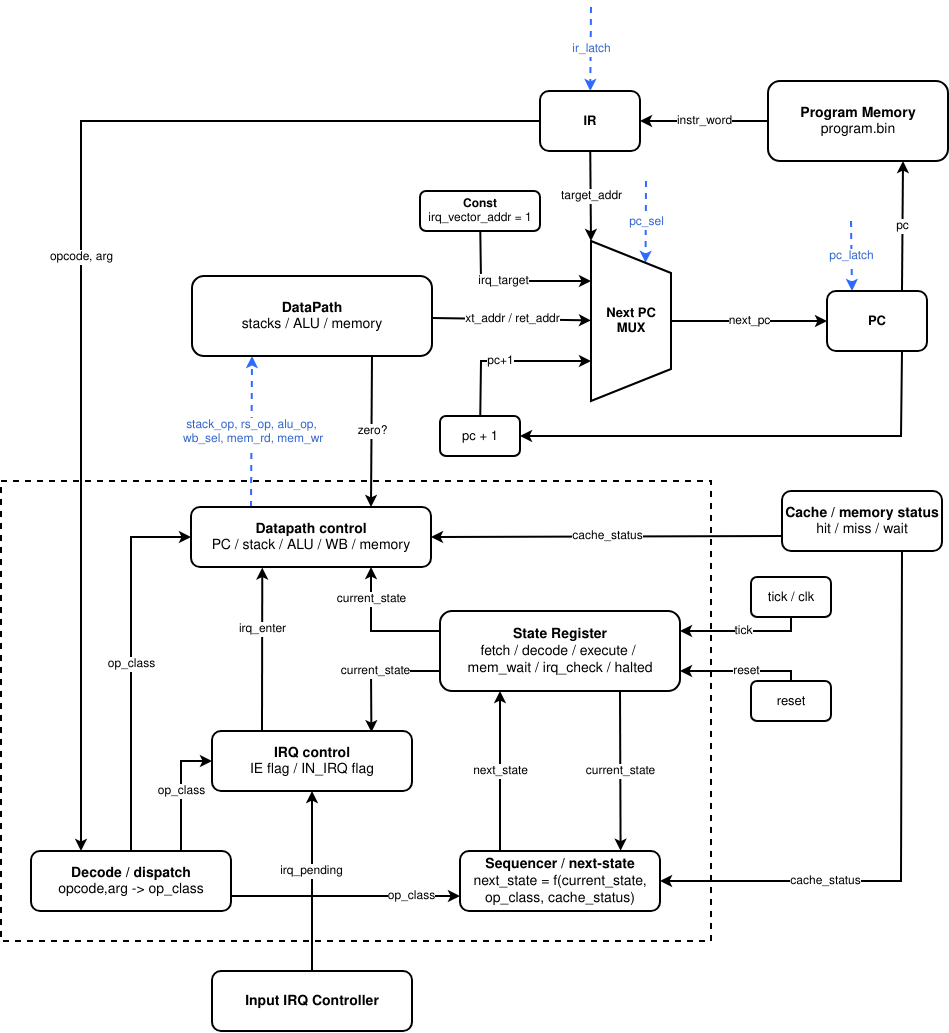
The draw.io diagram fig/control_unit.png in barmichevg/csa-lab4, before a commit. Source tidied: cells renumbered, new cells last; positions are measured from the earlier drawing's top-left corner, leaving out a move shared by most shapes.
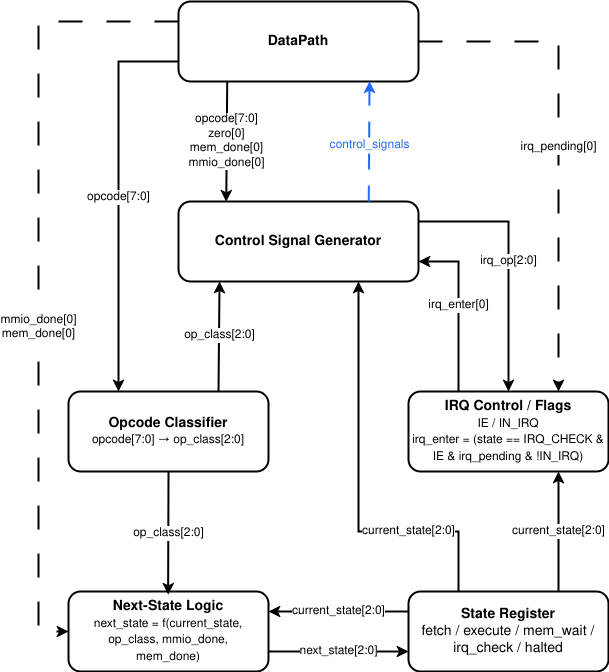
The same diagram one commit later.

The edit, as a diff of the source:
```diff
@@ -2,187 +2,88 @@
   <root>
     <mxCell id="0" />
     <mxCell id="1" parent="0" />
-    <mxCell id="2" style="rounded=0;whiteSpace=wrap;html=1;fillColor=none;dashed=1;strokeWidth=2;" parent="1" vertex="1">
-      <mxGeometry y="474" width="710" height="460" as="geometry" />
-    </mxCell>
-    <mxCell id="3" value="next_pc" style="endArrow=classic;html=1;rounded=0;strokeWidth=2;fontSize=12;" parent="1" edge="1" source="35" target="32">
-      <mxGeometry relative="1" as="geometry" />
-    </mxCell>
-    <mxCell id="4" value="pc" style="endArrow=classic;html=1;rounded=0;strokeWidth=2;fontSize=12;exitX=0.75;exitY=0;exitDx=0;exitDy=0;entryX=0.75;entryY=1;entryDx=0;entryDy=0;" parent="1" edge="1" source="32" target="34">
-      <mxGeometry relative="1" as="geometry" />
-    </mxCell>
-    <mxCell id="5" value="instr_word" style="endArrow=classic;html=1;rounded=0;strokeWidth=2;fontSize=12;" parent="1" edge="1" source="34" target="33">
-      <mxGeometry relative="1" as="geometry" />
-    </mxCell>
-    <mxCell id="6" value="opcode, arg" style="endArrow=classic;html=1;rounded=0;strokeWidth=2;fontSize=12;entryX=0.25;entryY=0;entryDx=0;entryDy=0;" parent="1" edge="1" source="33" target="41">
-      <mxGeometry relative="1" as="geometry">
-        <Array as="points">
-          <mxPoint x="80" y="114" />
-        </Array>
-      </mxGeometry>
-    </mxCell>
-    <mxCell id="7" style="endArrow=classic;html=1;rounded=0;strokeWidth=2;fontSize=12;exitX=0.75;exitY=1;exitDx=0;exitDy=0;" parent="1" edge="1" source="32" target="31">
-      <mxGeometry relative="1" as="geometry">
-        <Array as="points">
-          <mxPoint x="900" y="429" />
-        </Array>
-      </mxGeometry>
-    </mxCell>
-    <mxCell id="8" value="pc+1" style="endArrow=classic;html=1;rounded=0;strokeWidth=2;fontSize=12;entryX=0.75;entryY=1;entryDx=0;entryDy=0;" parent="1" edge="1" source="31" target="35">
-      <mxGeometry x="-0.1" relative="1" as="geometry">
-        <Array as="points">
-          <mxPoint x="480" y="354" />
-        </Array>
-      </mxGeometry>
-    </mxCell>
-    <mxCell id="9" value="target_addr" style="endArrow=classic;html=1;rounded=0;strokeWidth=2;fontSize=12;entryX=0;entryY=1;entryDx=0;entryDy=0;" parent="1" edge="1" source="33" target="35">
-      <mxGeometry relative="1" as="geometry" />
-    </mxCell>
-    <mxCell id="10" value="xt_addr /&amp;nbsp;ret_addr" style="endArrow=classic;html=1;rounded=0;strokeWidth=2;fontSize=12;" parent="1" edge="1" source="44" target="35">
-      <mxGeometry relative="1" as="geometry" />
-    </mxCell>
-    <mxCell id="11" value="irq_target" style="endArrow=classic;html=1;rounded=0;strokeWidth=2;fontSize=12;entryX=0.25;entryY=1;entryDx=0;entryDy=0;" parent="1" edge="1" source="30" target="35">
-      <mxGeometry x="-0.09" relative="1" as="geometry">
-        <Array as="points">
-          <mxPoint x="480" y="274" />
-        </Array>
-      </mxGeometry>
-    </mxCell>
-    <mxCell id="12" value="tick" style="endArrow=classic;html=1;rounded=0;strokeWidth=2;fontSize=12;entryX=1;entryY=0.25;entryDx=0;entryDy=0;" parent="1" edge="1" source="36" target="45">
-      <mxGeometry relative="1" as="geometry">
-        <Array as="points">
-          <mxPoint x="790" y="624" />
-        </Array>
-      </mxGeometry>
-    </mxCell>
-    <mxCell id="13" value="reset" style="endArrow=classic;html=1;rounded=0;strokeWidth=2;fontSize=12;entryX=1;entryY=0.75;entryDx=0;entryDy=0;" parent="1" edge="1" source="37" target="45">
-      <mxGeometry x="-0.09" relative="1" as="geometry">
-        <Array as="points">
-          <mxPoint x="790" y="664" />
-        </Array>
-      </mxGeometry>
-    </mxCell>
-    <mxCell id="14" value="current_state" style="endArrow=classic;html=1;rounded=0;strokeWidth=2;fontSize=12;exitX=0.75;exitY=1;exitDx=0;exitDy=0;entryX=0.803;entryY=-0.005;entryDx=0;entryDy=0;entryPerimeter=0;" parent="1" edge="1" source="45" target="43">
-      <mxGeometry relative="1" as="geometry" />
-    </mxCell>
-    <mxCell id="15" value="next_state" style="endArrow=classic;html=1;rounded=0;strokeWidth=2;fontSize=12;exitX=0.2;exitY=0;exitDx=0;exitDy=0;entryX=0.25;entryY=1;entryDx=0;entryDy=0;exitPerimeter=0;" parent="1" edge="1" source="43" target="45">
-      <mxGeometry relative="1" as="geometry" />
-    </mxCell>
-    <mxCell id="16" value="op_class" style="endArrow=classic;html=1;rounded=0;strokeWidth=2;fontSize=12;entryX=0;entryY=0.75;entryDx=0;entryDy=0;exitX=1;exitY=0.75;exitDx=0;exitDy=0;" parent="1" edge="1" source="41" target="43">
-      <mxGeometry x="0.57" relative="1" as="geometry" />
-    </mxCell>
-    <mxCell id="17" value="op_class" style="endArrow=classic;html=1;rounded=0;strokeWidth=2;fontSize=12;exitX=0.5;exitY=0;exitDx=0;exitDy=0;entryX=0;entryY=0.5;entryDx=0;entryDy=0;" parent="1" edge="1" source="41" target="42">
-      <mxGeometry relative="1" as="geometry">
-        <Array as="points">
-          <mxPoint x="130" y="530" />
-        </Array>
-      </mxGeometry>
-    </mxCell>
-    <mxCell id="18" value="op_class" style="endArrow=classic;html=1;rounded=0;strokeWidth=2;fontSize=12;exitX=0.75;exitY=0;exitDx=0;exitDy=0;" parent="1" edge="1" source="41" target="40">
-      <mxGeometry relative="1" as="geometry">
-        <Array as="points">
-          <mxPoint x="180" y="754" />
-        </Array>
-      </mxGeometry>
-    </mxCell>
-    <mxCell id="19" value="cache_status" style="endArrow=classic;html=1;rounded=0;strokeWidth=2;fontSize=12;exitX=0.75;exitY=1;exitDx=0;exitDy=0;entryX=1;entryY=0.5;entryDx=0;entryDy=0;" parent="1" edge="1" source="38" target="43">
-      <mxGeometry x="0.42" relative="1" as="geometry">
-        <Array as="points">
-          <mxPoint x="900" y="874" />
-        </Array>
-      </mxGeometry>
-    </mxCell>
-    <mxCell id="20" value="cache_status" style="endArrow=classic;html=1;rounded=0;strokeWidth=2;fontSize=12;exitX=0;exitY=0.75;exitDx=0;exitDy=0;entryX=1;entryY=0.5;entryDx=0;entryDy=0;" parent="1" edge="1" source="38" target="42">
-      <mxGeometry relative="1" as="geometry" />
-    </mxCell>
-    <mxCell id="21" value="zero?" style="endArrow=classic;html=1;rounded=0;strokeWidth=2;fontSize=12;entryX=0.75;entryY=0;entryDx=0;entryDy=0;exitX=0.75;exitY=1;exitDx=0;exitDy=0;" parent="1" edge="1" source="44" target="42">
-      <mxGeometry relative="1" as="geometry" />
-    </mxCell>
-    <mxCell id="22" value="irq_pending" style="endArrow=classic;html=1;rounded=0;strokeWidth=2;fontSize=12;entryX=0.5;entryY=1;entryDx=0;entryDy=0;exitX=0.5;exitY=0;exitDx=0;exitDy=0;" parent="1" edge="1" source="39" target="40">
-      <mxGeometry x="0.11" y="1" relative="1" as="geometry" />
-    </mxCell>
-    <mxCell id="23" value="irq_enter" style="endArrow=classic;html=1;rounded=0;strokeWidth=2;fontSize=12;exitX=0.25;exitY=0;exitDx=0;exitDy=0;entryX=0.297;entryY=1.01;entryDx=0;entryDy=0;entryPerimeter=0;" parent="1" edge="1" source="40" target="42">
-      <mxGeometry x="0.26" relative="1" as="geometry" />
-    </mxCell>
-    <mxCell id="24" value="current_state" style="endArrow=classic;html=1;rounded=0;strokeWidth=2;fontSize=12;exitX=0;exitY=0.25;exitDx=0;exitDy=0;entryX=0.75;entryY=1;entryDx=0;entryDy=0;" parent="1" edge="1" source="45" target="42">
-      <mxGeometry x="0.53" relative="1" as="geometry">
-        <Array as="points">
-          <mxPoint x="370" y="624" />
-        </Array>
-      </mxGeometry>
-    </mxCell>
-    <mxCell id="25" value="current_state" style="endArrow=classic;html=1;rounded=0;strokeWidth=2;fontSize=12;exitX=0;exitY=0.75;exitDx=0;exitDy=0;entryX=0.797;entryY=0.019;entryDx=0;entryDy=0;entryPerimeter=0;" parent="1" edge="1" source="45" target="40">
-      <mxGeometry relative="1" as="geometry">
-        <Array as="points">
-          <mxPoint x="370" y="664" />
-        </Array>
-      </mxGeometry>
-    </mxCell>
-    <mxCell id="26" value="ir_latch" style="endArrow=classic;html=1;rounded=0;strokeWidth=2;fontSize=12;strokeColor=#2F6BFF;dashed=1;fontColor=#3366CC;" parent="1" edge="1" target="33">
-      <mxGeometry relative="1" as="geometry">
-        <mxPoint x="590" as="sourcePoint" />
-      </mxGeometry>
-    </mxCell>
-    <mxCell id="27" value="pc_latch" style="endArrow=classic;html=1;rounded=0;strokeWidth=2;fontSize=12;strokeColor=#2F6BFF;dashed=1;fontColor=#3366CC;entryX=0.25;entryY=0;entryDx=0;entryDy=0;" parent="1" edge="1" target="32">
-      <mxGeometry relative="1" as="geometry">
-        <mxPoint x="850" y="214" as="sourcePoint" />
-      </mxGeometry>
-    </mxCell>
-    <mxCell id="28" value="pc_sel" style="endArrow=classic;html=1;rounded=0;strokeWidth=2;fontSize=12;strokeColor=#2F6BFF;dashed=1;entryX=0;entryY=0.25;entryDx=0;entryDy=0;fontColor=#3366CC;" parent="1" edge="1" target="35">
-      <mxGeometry relative="1" as="geometry">
-        <mxPoint x="645" y="174" as="sourcePoint" />
-      </mxGeometry>
-    </mxCell>
-    <mxCell id="29" value="&lt;div&gt;stack_op, rs_op, alu_op,&lt;/div&gt;&lt;div&gt;&amp;nbsp;wb_sel, mem_rd, mem_wr&lt;/div&gt;" style="endArrow=classic;html=1;rounded=0;strokeWidth=2;fontSize=12;strokeColor=#2F6BFF;dashed=1;exitX=0.25;exitY=0;exitDx=0;exitDy=0;entryX=0.25;entryY=1;entryDx=0;entryDy=0;fontColor=#3366CC;" parent="1" edge="1" source="42" target="44">
-      <mxGeometry relative="1" as="geometry" />
-    </mxCell>
-    <mxCell id="30" value="&lt;b&gt;Const&lt;/b&gt;&lt;br&gt;irq_vector_addr = 1" style="rounded=1;whiteSpace=wrap;html=1;strokeWidth=2;fillColor=#ffffff;strokeColor=#000000;fontSize=12;" parent="1" vertex="1">
-      <mxGeometry x="419" y="184" width="120" height="40" as="geometry" />
-    </mxCell>
-    <mxCell id="31" value="pc + 1" style="rounded=1;whiteSpace=wrap;html=1;strokeWidth=2;fillColor=#ffffff;strokeColor=#000000;fontSize=13;" parent="1" vertex="1">
-      <mxGeometry x="439" y="409" width="80" height="40" as="geometry" />
-    </mxCell>
-    <mxCell id="32" value="&lt;b&gt;PC&lt;/b&gt;" style="rounded=1;whiteSpace=wrap;html=1;strokeWidth=2;fillColor=#ffffff;strokeColor=#000000;fontSize=13;" parent="1" vertex="1">
-      <mxGeometry x="826" y="284" width="100" height="60" as="geometry" />
-    </mxCell>
-    <mxCell id="33" value="&lt;b&gt;IR&lt;/b&gt;" style="rounded=1;whiteSpace=wrap;html=1;strokeWidth=2;fillColor=#ffffff;strokeColor=#000000;fontSize=13;" parent="1" vertex="1">
-      <mxGeometry x="539" y="84" width="100" height="60" as="geometry" />
-    </mxCell>
-    <mxCell id="34" value="&lt;b&gt;Program Memory&lt;/b&gt;&lt;br/&gt;program.bin" style="rounded=1;whiteSpace=wrap;html=1;strokeWidth=2;fillColor=#ffffff;strokeColor=#000000;fontSize=14;" parent="1" vertex="1">
-      <mxGeometry x="767" y="74" width="180" height="80" as="geometry" />
-    </mxCell>
-    <mxCell id="35" value="&lt;div&gt;&lt;b&gt;Next PC MUX&lt;/b&gt;&lt;/div&gt;" style="shape=trapezoid;perimeter=trapezoidPerimeter;whiteSpace=wrap;html=1;strokeWidth=2;fillColor=#ffffff;strokeColor=#000000;fontSize=13;direction=south;" parent="1" vertex="1">
-      <mxGeometry x="590" y="234" width="80" height="160" as="geometry" />
-    </mxCell>
-    <mxCell id="36" value="tick / clk" style="rounded=1;whiteSpace=wrap;html=1;strokeWidth=2;fillColor=#ffffff;strokeColor=#000000;fontSize=13;" parent="1" vertex="1">
-      <mxGeometry x="750" y="570" width="80" height="40" as="geometry" />
-    </mxCell>
-    <mxCell id="37" value="reset" style="rounded=1;whiteSpace=wrap;html=1;strokeWidth=2;fillColor=#ffffff;strokeColor=#000000;fontSize=13;" parent="1" vertex="1">
-      <mxGeometry x="750" y="674" width="80" height="40" as="geometry" />
-    </mxCell>
-    <mxCell id="38" value="&lt;div&gt;&lt;b&gt;Cache / memory status&lt;/b&gt;&lt;/div&gt;&lt;div&gt;hit / miss / wait&lt;/div&gt;" style="rounded=1;whiteSpace=wrap;html=1;strokeWidth=2;fillColor=#ffffff;strokeColor=#000000;fontSize=14;" parent="1" vertex="1">
-      <mxGeometry x="781" y="484" width="160" height="60" as="geometry" />
-    </mxCell>
-    <mxCell id="39" value="&lt;b&gt;&lt;span&gt;Input IRQ Controller&lt;/span&gt;&lt;/b&gt;" style="rounded=1;whiteSpace=wrap;html=1;strokeWidth=2;fillColor=#ffffff;strokeColor=#000000;fontSize=14;" parent="1" vertex="1">
-      <mxGeometry x="211" y="964" width="200" height="60" as="geometry" />
-    </mxCell>
-    <mxCell id="40" value="&lt;div&gt;&lt;b&gt;IRQ control&lt;/b&gt;&lt;/div&gt;&lt;div&gt;IE flag / IN_IRQ flag&lt;/div&gt;" style="rounded=1;whiteSpace=wrap;html=1;strokeWidth=2;fillColor=#ffffff;strokeColor=#000000;fontSize=14;" parent="1" vertex="1">
-      <mxGeometry x="211" y="724" width="200" height="60" as="geometry" />
-    </mxCell>
-    <mxCell id="41" value="&lt;div&gt;&lt;b&gt;Decode / dispatch&lt;/b&gt;&lt;/div&gt;&lt;div&gt;opcode,arg -&amp;gt; op_class&lt;/div&gt;" style="rounded=1;whiteSpace=wrap;html=1;strokeWidth=2;fillColor=#ffffff;strokeColor=#000000;fontSize=14;" parent="1" vertex="1">
-      <mxGeometry x="30" y="844" width="200" height="60" as="geometry" />
-    </mxCell>
-    <mxCell id="42" value="&lt;div&gt;&lt;b&gt;Datapath control&lt;/b&gt;&lt;/div&gt;&lt;div&gt;PC / stack / ALU / WB / memory&lt;/div&gt;" style="rounded=1;whiteSpace=wrap;html=1;strokeWidth=2;fillColor=#ffffff;strokeColor=#000000;fontSize=14;" parent="1" vertex="1">
-      <mxGeometry x="190" y="500" width="240" height="60" as="geometry" />
-    </mxCell>
-    <mxCell id="43" value="&lt;div&gt;&lt;b&gt;Sequencer / next-state&lt;/b&gt;&lt;/div&gt;&lt;div&gt;next_state = f(current_state, op_class, cache_status)&lt;/div&gt;" style="rounded=1;whiteSpace=wrap;html=1;strokeWidth=2;fillColor=#ffffff;strokeColor=#000000;fontSize=14;" parent="1" vertex="1">
-      <mxGeometry x="459" y="844" width="200" height="60" as="geometry" />
-    </mxCell>
-    <mxCell id="44" value="&lt;div&gt;&lt;b&gt;DataPath&lt;/b&gt;&lt;/div&gt;&lt;div&gt;stacks / ALU / memory&lt;/div&gt;" style="rounded=1;whiteSpace=wrap;html=1;strokeWidth=2;fillColor=#ffffff;strokeColor=#000000;fontSize=14;" parent="1" vertex="1">
-      <mxGeometry x="191" y="269" width="240" height="80" as="geometry" />
-    </mxCell>
-    <mxCell id="45" value="&lt;div&gt;&lt;b&gt;State Register&lt;/b&gt;&lt;/div&gt;&lt;div&gt;fetch / decode / execute /&amp;nbsp;&lt;/div&gt;&lt;div&gt;mem_wait / irq_check / halted&lt;/div&gt;" style="rounded=1;whiteSpace=wrap;html=1;strokeWidth=2;fillColor=#ffffff;strokeColor=#000000;fontSize=14;" parent="1" vertex="1">
-      <mxGeometry x="439" y="604" width="240" height="80" as="geometry" />
-    </mxCell>
+    <mxCell id="46" value="&lt;div&gt;&lt;b&gt;DataPath&lt;/b&gt;&lt;/div&gt;" style="rounded=1;whiteSpace=wrap;html=1;strokeWidth=2;fillColor=#ffffff;strokeColor=#000000;fontSize=14;" parent="1" vertex="1">
+      <mxGeometry x="-630" y="-3766" width="240" height="80" as="geometry" />
+    </mxCell>
+    <mxCell id="47" value="&lt;b&gt;Opcode Classifier&lt;/b&gt;&lt;br&gt;&lt;font style=&quot;font-size:12px&quot;&gt;opcode[7:0] → op_class[2:0]&lt;/font&gt;" style="rounded=1;whiteSpace=wrap;html=1;strokeWidth=2;fillColor=#ffffff;strokeColor=#000000;fontSize=14;" parent="1" vertex="1">
+      <mxGeometry x="-740" y="-3376" width="200" height="80" as="geometry" />
+    </mxCell>
+    <mxCell id="48" value="&lt;div&gt;&lt;font&gt;&lt;b&gt;Next-State Logic&lt;/b&gt;&lt;/font&gt;&lt;/div&gt;&lt;div&gt;&lt;font style=&quot;font-size: 12px;&quot;&gt;next_state = f(&lt;span&gt;current_state,&lt;/span&gt;&lt;/font&gt;&lt;/div&gt;&lt;font style=&quot;font-size: 12px;&quot;&gt;&lt;span&gt;op_class,&amp;nbsp;&lt;/span&gt;&lt;span&gt;mmio_done&lt;/span&gt;&lt;font&gt;&lt;span&gt;&lt;/span&gt;&lt;span&gt;,&lt;/span&gt;&lt;br&gt;&lt;span&gt;  mem_done&lt;/span&gt;&lt;font&gt;&lt;span&gt;&lt;/span&gt;&lt;font&gt;)&lt;/font&gt;&lt;/font&gt;&lt;/font&gt;&lt;/font&gt;" style="rounded=1;whiteSpace=wrap;html=1;strokeWidth=2;fillColor=#ffffff;strokeColor=#000000;fontSize=14;" parent="1" vertex="1">
+      <mxGeometry x="-740" y="-3176" width="200" height="80" as="geometry" />
+    </mxCell>
+    <mxCell id="49" value="&lt;div&gt;&lt;b&gt;State Register&lt;/b&gt;&lt;/div&gt;&lt;div&gt;fetch / execute /&amp;nbsp;mem_wait /&lt;/div&gt;&lt;div&gt;irq_check / halted&lt;/div&gt;" style="rounded=1;whiteSpace=wrap;html=1;strokeWidth=2;fillColor=#ffffff;strokeColor=#000000;fontSize=14;" parent="1" vertex="1">
+      <mxGeometry x="-400" y="-3176" width="200" height="80" as="geometry" />
+    </mxCell>
+    <mxCell id="50" value="current_state[2:0]" style="rounded=0;jettySize=auto;html=1;endArrow=classic;endFill=1;strokeWidth=2;fontSize=12;entryX=1;entryY=0.25;entryDx=0;entryDy=0;exitX=0;exitY=0.25;exitDx=0;exitDy=0;" parent="1" edge="1" source="49" target="48">
+      <mxGeometry relative="1" as="geometry" />
+    </mxCell>
+    <mxCell id="51" value="next_state[2:0]" style="rounded=0;jettySize=auto;html=1;endArrow=classic;endFill=1;strokeWidth=2;fontSize=12;exitX=1;exitY=0.75;exitDx=0;exitDy=0;entryX=0;entryY=0.75;entryDx=0;entryDy=0;" parent="1" edge="1" source="48" target="49">
+      <mxGeometry relative="1" as="geometry" />
+    </mxCell>
+    <mxCell id="52" value="op_class[2:0]" style="rounded=0;jettySize=auto;html=1;endArrow=classic;endFill=1;strokeWidth=2;fontSize=12;entryX=0.498;entryY=0.042;entryDx=0;entryDy=0;exitX=0.5;exitY=1;exitDx=0;exitDy=0;entryPerimeter=0;" parent="1" edge="1" source="47" target="48">
+      <mxGeometry relative="1" as="geometry" />
+    </mxCell>
+    <mxCell id="53" value="&lt;b&gt;Control Signal Generator&lt;/b&gt;" style="rounded=1;whiteSpace=wrap;html=1;strokeWidth=2;fillColor=#ffffff;strokeColor=#000000;fontSize=14;" parent="1" vertex="1">
+      <mxGeometry x="-630" y="-3566" width="240" height="80" as="geometry" />
+    </mxCell>
+    <mxCell id="54" value="&lt;div&gt;opcode[7:0]&lt;/div&gt;&lt;div&gt;zero[0]&lt;/div&gt;&lt;div&gt;mem_done[0]&lt;/div&gt;&lt;div&gt;mmio_done[0]&lt;/div&gt;" style="rounded=0;jettySize=auto;html=1;endArrow=classic;endFill=1;strokeWidth=2;fontSize=12;entryX=0.199;entryY=0.003;entryDx=0;entryDy=0;exitX=0.203;exitY=1.005;exitDx=0;exitDy=0;entryPerimeter=0;exitPerimeter=0;" parent="1" edge="1" source="46" target="53">
+      <mxGeometry relative="1" as="geometry" />
+    </mxCell>
+    <mxCell id="55" value="control_signals" style="rounded=0;jettySize=auto;html=1;endArrow=classic;endFill=1;strokeWidth=2;fontSize=12;dashed=1;dashPattern=8 8;strokeColor=#1f66ff;fontColor=#1f66ff;entryX=0.796;entryY=0.998;entryDx=0;entryDy=0;exitX=0.793;exitY=0;exitDx=0;exitDy=0;entryPerimeter=0;exitPerimeter=0;" parent="1" edge="1" source="53" target="46">
+      <mxGeometry x="-0.07" relative="1" as="geometry" />
+    </mxCell>
+    <mxCell id="56" value="&lt;b&gt;IRQ Control / Flags&lt;/b&gt;&lt;br&gt;&lt;div&gt;&lt;font style=&quot;font-size:12px&quot;&gt;IE / IN_IRQ&lt;/font&gt;&lt;/div&gt;&lt;div&gt;&lt;font style=&quot;font-size:12px&quot;&gt;irq_enter = (state == IRQ_CHECK &amp;amp; IE &amp;amp; irq_pending &amp;amp; !IN_IRQ)&lt;/font&gt;&lt;/div&gt;" style="rounded=1;whiteSpace=wrap;html=1;strokeWidth=2;fillColor=#ffffff;strokeColor=#000000;fontSize=14;" parent="1" vertex="1">
+      <mxGeometry x="-400" y="-3376" width="200" height="80" as="geometry" />
+    </mxCell>
+    <mxCell id="57" value="irq_pending[0]" style="rounded=0;jettySize=auto;html=1;endArrow=classic;endFill=1;strokeWidth=2;fontSize=12;dashed=1;dashPattern=12 12;entryX=0.75;entryY=0;entryDx=0;entryDy=0;exitX=1;exitY=0.5;exitDx=0;exitDy=0;" parent="1" edge="1" source="46" target="56">
+      <mxGeometry relative="1" as="geometry">
+        <Array as="points">
+          <mxPoint x="-250" y="-3726" />
+        </Array>
+      </mxGeometry>
+    </mxCell>
+    <mxCell id="58" value="op_class[2:0]" style="rounded=0;jettySize=auto;html=1;endArrow=classic;endFill=1;strokeWidth=2;fontSize=12;exitX=0.75;exitY=0;exitDx=0;exitDy=0;entryX=0.171;entryY=1;entryDx=0;entryDy=0;entryPerimeter=0;" parent="1" edge="1" source="47" target="53">
+      <mxGeometry relative="1" as="geometry" />
+    </mxCell>
+    <mxCell id="59" value="irq_op[2:0]" style="rounded=0;jettySize=auto;html=1;endArrow=classic;endFill=1;strokeWidth=2;fontSize=12;entryX=0.5;entryY=0;entryDx=0;entryDy=0;exitX=1;exitY=0.25;exitDx=0;exitDy=0;" parent="1" edge="1" source="53" target="56">
+      <mxGeometry relative="1" as="geometry">
+        <Array as="points">
+          <mxPoint x="-300" y="-3546" />
+        </Array>
+      </mxGeometry>
+    </mxCell>
+    <mxCell id="60" value="irq_enter[0]" style="rounded=0;jettySize=auto;html=1;endArrow=classic;endFill=1;strokeWidth=2;fontSize=12;entryX=1;entryY=0.75;entryDx=0;entryDy=0;exitX=0.25;exitY=0;exitDx=0;exitDy=0;" parent="1" edge="1" source="56" target="53">
+      <mxGeometry relative="1" as="geometry">
+        <Array as="points">
+          <mxPoint x="-350" y="-3506" />
+        </Array>
+      </mxGeometry>
+    </mxCell>
+    <mxCell id="61" value="current_state[2:0]" style="rounded=0;jettySize=auto;html=1;endArrow=classic;endFill=1;strokeWidth=2;fontSize=12;exitX=0.75;exitY=0;exitDx=0;exitDy=0;entryX=0.75;entryY=1;entryDx=0;entryDy=0;" parent="1" edge="1" source="49" target="56">
+      <mxGeometry relative="1" as="geometry" />
+    </mxCell>
+    <mxCell id="62" value="current_state[2:0]" style="rounded=0;jettySize=auto;html=1;endArrow=classic;endFill=1;strokeWidth=2;fontSize=12;entryX=0.75;entryY=1;entryDx=0;entryDy=0;exitX=0.25;exitY=0;exitDx=0;exitDy=0;" parent="1" edge="1" source="49" target="53">
+      <mxGeometry x="-0.46" relative="1" as="geometry">
+        <Array as="points">
+          <mxPoint x="-350" y="-3236" />
+          <mxPoint x="-450" y="-3236" />
+        </Array>
+      </mxGeometry>
+    </mxCell>
+    <mxCell id="63" value="opcode[7:0]" style="rounded=0;jettySize=auto;html=1;endArrow=classic;endFill=1;strokeWidth=2;fontSize=12;entryX=0.25;entryY=0;entryDx=0;entryDy=0;exitX=0;exitY=0.75;exitDx=0;exitDy=0;" parent="1" edge="1" source="46" target="47">
+      <mxGeometry relative="1" as="geometry">
+        <Array as="points">
+          <mxPoint x="-690" y="-3706" />
+        </Array>
+      </mxGeometry>
+    </mxCell>
+    <mxCell id="64" value="&lt;div&gt;&lt;span&gt;mmio_done&lt;/span&gt;[0]&lt;/div&gt;&lt;div&gt;mem_done[0]&lt;/div&gt;" style="rounded=0;jettySize=auto;html=1;endArrow=classic;endFill=1;strokeWidth=2;fontSize=12;exitX=0;exitY=0.25;exitDx=0;exitDy=0;entryX=0;entryY=0.5;entryDx=0;entryDy=0;dashed=1;dashPattern=12 12;" parent="1" edge="1" source="46" target="48">
+      <mxGeometry x="0.14" relative="1" as="geometry">
+        <Array as="points">
+          <mxPoint x="-770" y="-3746" />
+          <mxPoint x="-770" y="-3136" />
+        </Array>
+      </mxGeometry>
+    </mxCell>
   </root>
 </mxGraphModel>
```
